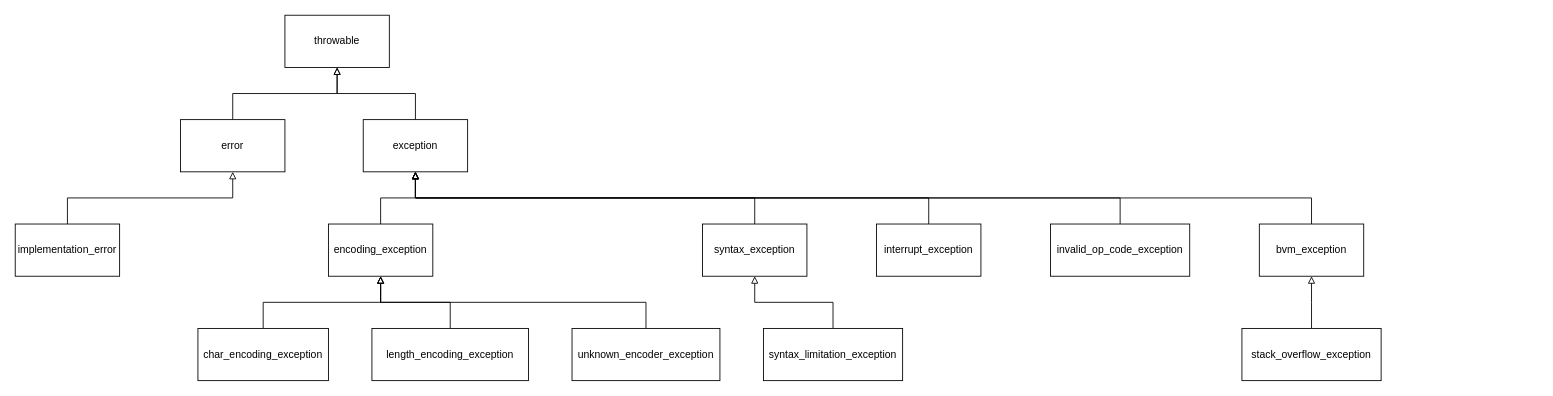
The draw.io diagram page "exception" (4 of 4) of Components.drawio in bialang/bia, before the edit. Source tidied: cells renumbered, new cells numbered last; positions are measured from the earlier drawing's top-left corner, leaving out a move shared by most shapes. Both pictures are drawn from the tidied source at 87%, with x=0, y=0 at pixel (15, 15).
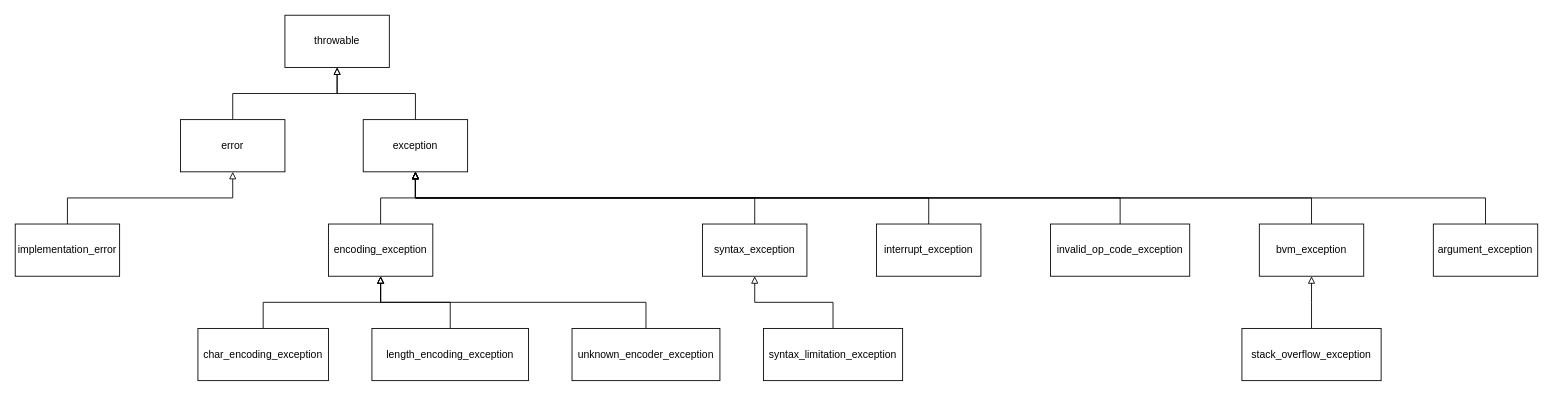
Above is the later version.

The change refers to these unchanged cells:
```xml
<mxCell id="6" value="exception" style="rounded=0;whiteSpace=wrap;html=1;" parent="1" vertex="1">
  <mxGeometry x="400" y="120" width="120" height="60" as="geometry" />
</mxCell>
```

What changed in the source:
```diff
@@
+    <mxCell id="29" style="edgeStyle=elbowEdgeStyle;rounded=0;jettySize=auto;html=1;elbow=vertical;endArrow=block;endFill=0;" parent="1" edge="1" source="30" target="6">
+      <mxGeometry relative="1" as="geometry" />
+    </mxCell>
+    <mxCell id="30" value="argument_exception" style="rounded=0;whiteSpace=wrap;html=1;" parent="1" vertex="1">
+      <mxGeometry x="1630" y="240" width="120" height="60" as="geometry" />
+    </mxCell>
```
